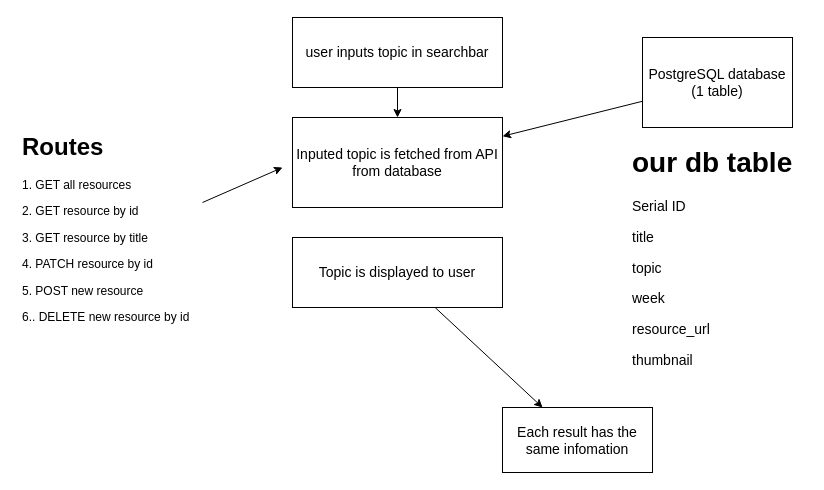
This is flowchart.drawio from SchoolOfCode/Plethora---Resource-API, a draw.io file, before an edit. Source tidied: cells renumbered, new cells numbered last; positions are measured from the earlier drawing's top-left corner, leaving out a move shared by most shapes. Both pictures are drawn from the tidied source at 100%, with x=0, y=0 at pixel (17, 17).
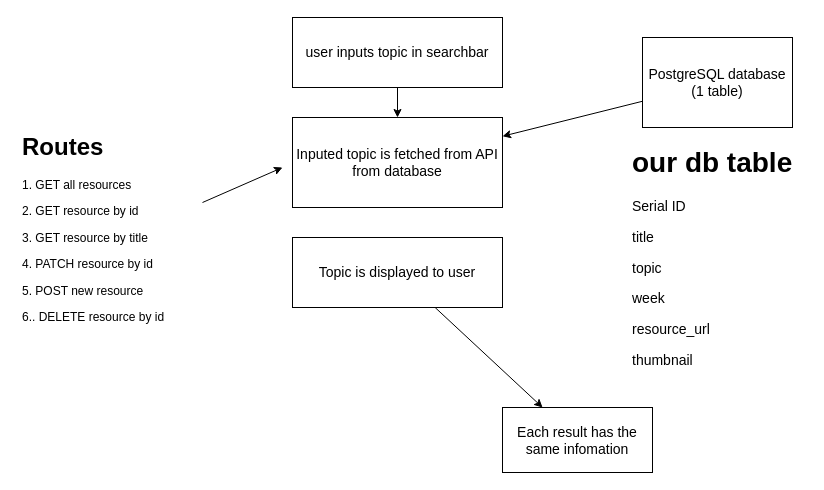
Above is the later version.

Diff of the diagram source:
```diff
@@
 <mxGraphModel>
   <root>
     <mxCell id="0" />
     <mxCell id="1" parent="0" />
     <mxCell id="2" value="&lt;font style=&quot;font-size: 14px&quot;&gt;user inputs topic in searchbar&lt;/font&gt;" style="rounded=0;whiteSpace=wrap;html=1;" parent="1" vertex="1">
       <mxGeometry x="275" width="210" height="70" as="geometry" />
     </mxCell>
     <mxCell id="3" style="endArrow=classic;html=1;exitX=0.5;exitY=1;exitDx=0;exitDy=0;entryX=0.5;entryY=0;entryDx=0;entryDy=0;" parent="1" edge="1" source="2" target="4">
       <mxGeometry relative="1" as="geometry" />
     </mxCell>
     <mxCell id="4" value="&lt;font style=&quot;font-size: 14px&quot;&gt;Inputed topic is fetched from API from database&lt;/font&gt;" style="rounded=0;whiteSpace=wrap;html=1;" parent="1" vertex="1">
       <mxGeometry x="275" y="100" width="210" height="90" as="geometry" />
     </mxCell>
     <mxCell id="5" style="endArrow=classic;html=1;" parent="1" edge="1" target="7">
       <mxGeometry relative="1" as="geometry">
         <mxPoint x="379.5" y="230" as="sourcePoint" />
       </mxGeometry>
     </mxCell>
     <mxCell id="6" style="edgeStyle=none;html=1;" parent="1" edge="1" source="7" target="8">
       <mxGeometry relative="1" as="geometry" />
     </mxCell>
     <mxCell id="7" value="&lt;font style=&quot;font-size: 14px&quot;&gt;Topic is displayed to user&lt;/font&gt;" style="rounded=0;whiteSpace=wrap;html=1;" parent="1" vertex="1">
       <mxGeometry x="275" y="220" width="210" height="70" as="geometry" />
     </mxCell>
     <mxCell id="8" value="&lt;font style=&quot;font-size: 14px&quot;&gt;Each result has the same infomation&lt;/font&gt;" style="whiteSpace=wrap;html=1;rounded=0;" parent="1" vertex="1">
       <mxGeometry x="485" y="390" width="150" height="65" as="geometry" />
     </mxCell>
     <mxCell id="9" style="edgeStyle=none;html=1;fontSize=14;" parent="1" edge="1" source="10" target="4">
       <mxGeometry relative="1" as="geometry" />
     </mxCell>
     <mxCell id="10" value="PostgreSQL database (1 table)" style="rounded=0;whiteSpace=wrap;html=1;fontSize=14;" parent="1" vertex="1">
       <mxGeometry x="625" y="20" width="150" height="90" as="geometry" />
     </mxCell>
     <mxCell id="11" value="&lt;h1&gt;our db table&lt;/h1&gt;&lt;p&gt;Serial ID&lt;/p&gt;&lt;p&gt;title&lt;/p&gt;&lt;p&gt;topic&lt;/p&gt;&lt;p&gt;week&lt;/p&gt;&lt;p&gt;resource_url&lt;/p&gt;&lt;p&gt;thumbnail&lt;/p&gt;" style="text;html=1;strokeColor=none;fillColor=none;spacing=5;spacingTop=-20;whiteSpace=wrap;overflow=hidden;rounded=0;fontSize=14;" parent="1" vertex="1">
       <mxGeometry x="610" y="120" width="180" height="250" as="geometry" />
     </mxCell>
     <mxCell id="12" style="edgeStyle=none;html=1;exitX=1;exitY=0.5;exitDx=0;exitDy=0;" parent="1" edge="1">
       <mxGeometry relative="1" as="geometry">
         <mxPoint x="185" y="185" as="sourcePoint" />
         <mxPoint x="265" y="150" as="targetPoint" />
       </mxGeometry>
     </mxCell>
-    <mxCell id="13" value="&lt;h1&gt;Routes&lt;/h1&gt;&lt;p&gt;1. GET all resources&lt;/p&gt;&lt;p&gt;2. GET resource by id&lt;/p&gt;&lt;p&gt;3. GET resource by title&lt;/p&gt;&lt;p&gt;4. PATCH resource by id&lt;/p&gt;&lt;p&gt;5. POST new resource&lt;/p&gt;&lt;p&gt;6.. DELETE new resource by id&amp;nbsp;&lt;/p&gt;" style="text;html=1;strokeColor=none;fillColor=none;spacing=5;spacingTop=-20;whiteSpace=wrap;overflow=hidden;rounded=0;" parent="1" vertex="1">
+    <mxCell id="13" value="&lt;h1&gt;Routes&lt;/h1&gt;&lt;p&gt;1. GET all resources&lt;/p&gt;&lt;p&gt;2. GET resource by id&lt;/p&gt;&lt;p&gt;3. GET resource by title&lt;/p&gt;&lt;p&gt;4. PATCH resource by id&lt;/p&gt;&lt;p&gt;5. POST new resource&lt;/p&gt;&lt;p&gt;6.. DELETE resource by id&amp;nbsp;&lt;/p&gt;" style="text;html=1;strokeColor=none;fillColor=none;spacing=5;spacingTop=-20;whiteSpace=wrap;overflow=hidden;rounded=0;" parent="1" vertex="1">
       <mxGeometry y="110" width="190" height="260" as="geometry" />
     </mxCell>
   </root>
 </mxGraphModel>
```
